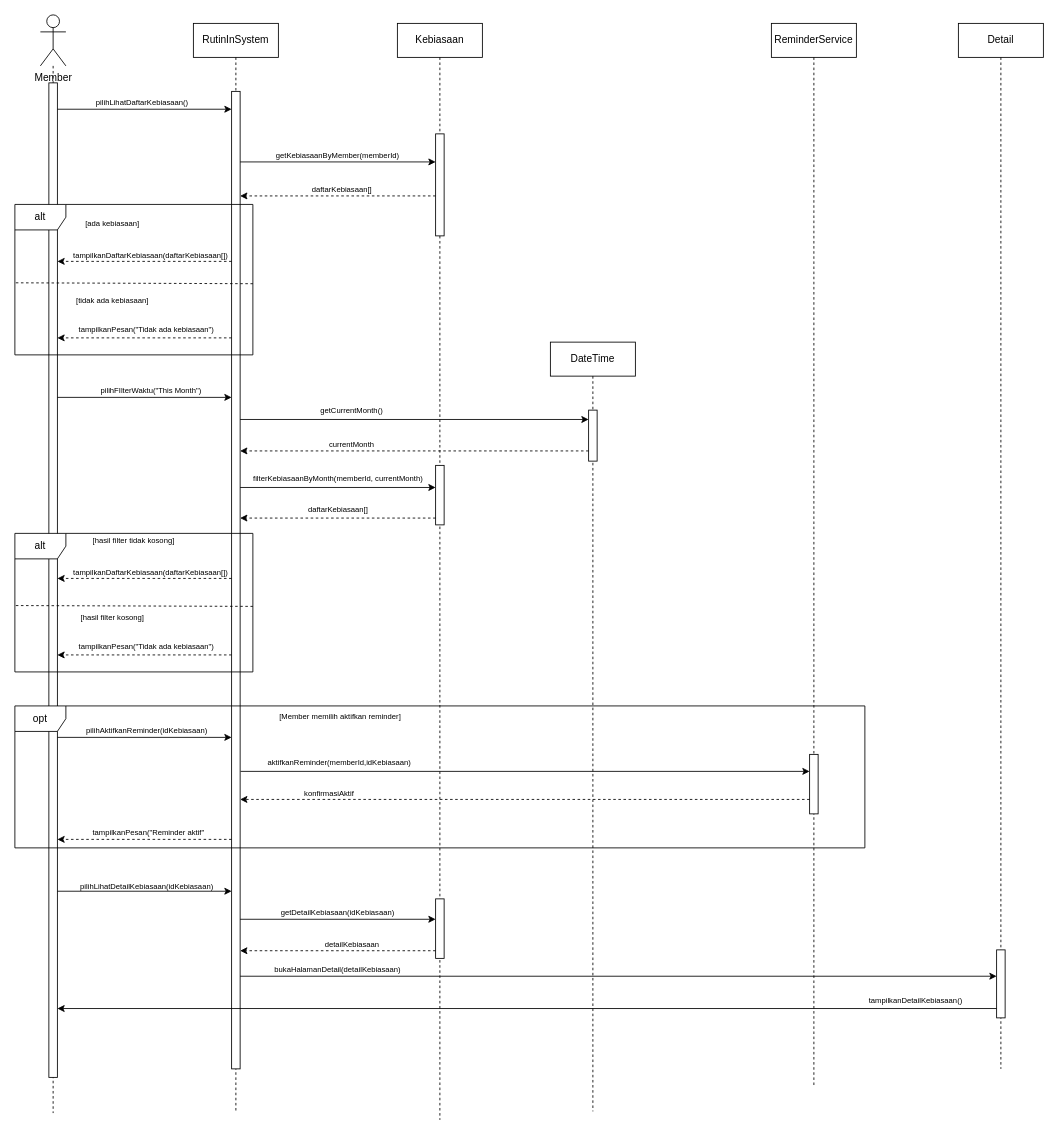
This is Diagram Tanpa Judul.drawio from anthef/anthef, a draw.io file, before an edit. Source tidied: cells renumbered, new cells numbered last; positions are measured from the earlier drawing's top-left corner, leaving out a move shared by most shapes. Both pictures are drawn from the tidied source at 85%, with x=0, y=0 at pixel (14, 14).
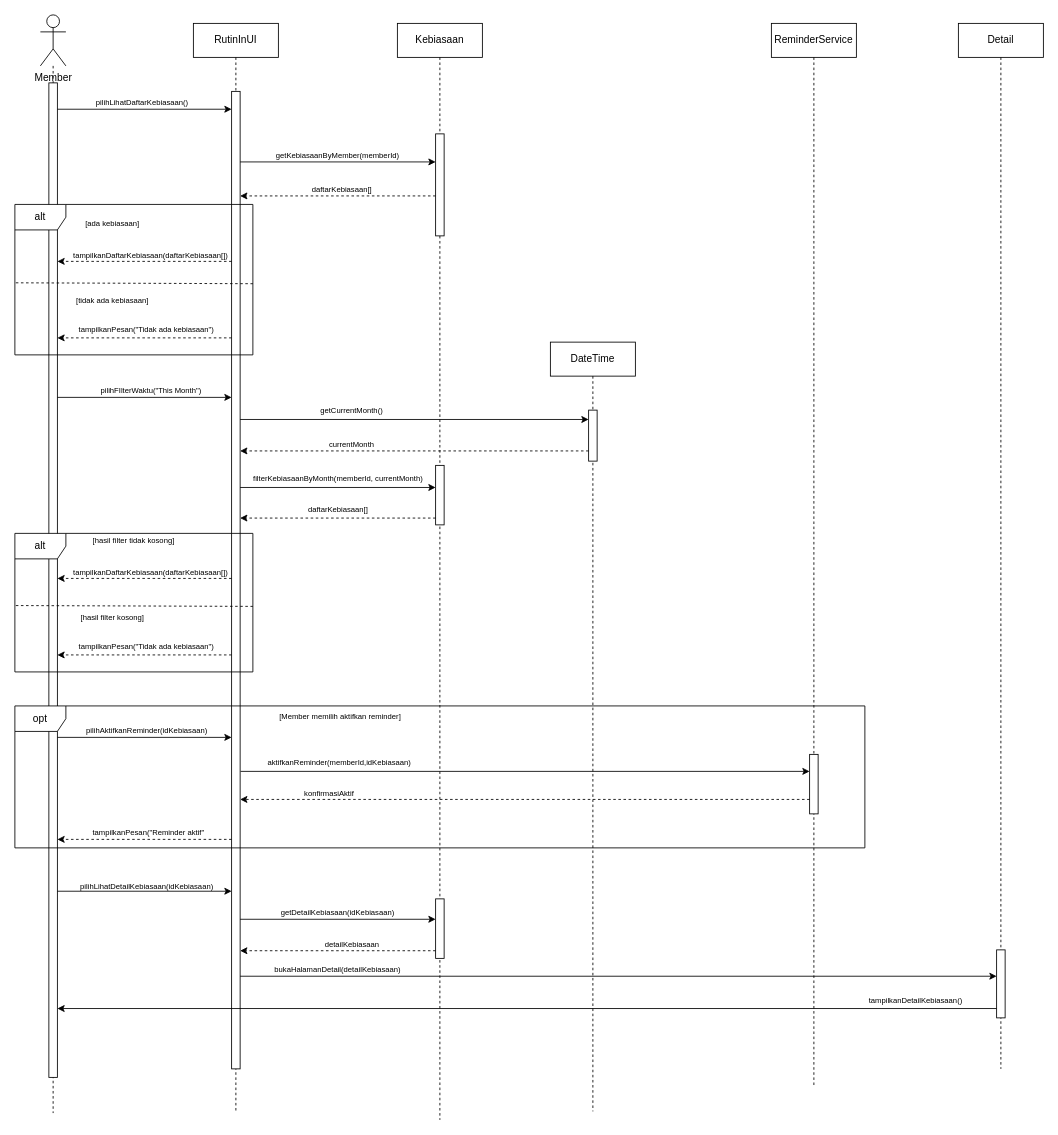
After the change.

Change to the diagram source:
```diff
@@
-    <mxCell id="3" value="RutinInSystem" style="shape=umlLifeline;perimeter=lifelinePerimeter;whiteSpace=wrap;html=1;newEdgeStyle={&quot;edgeStyle&quot;:&quot;elbowEdgeStyle&quot;,&quot;elbow&quot;:&quot;vertical&quot;,&quot;curved&quot;:0,&quot;rounded&quot;:0};" parent="1" vertex="1">
+    <mxCell id="3" value="RutinInUI" style="shape=umlLifeline;perimeter=lifelinePerimeter;whiteSpace=wrap;html=1;newEdgeStyle={&quot;edgeStyle&quot;:&quot;elbowEdgeStyle&quot;,&quot;elbow&quot;:&quot;vertical&quot;,&quot;curved&quot;:0,&quot;rounded&quot;:0};" parent="1" vertex="1">
       <mxGeometry x="210" y="10" width="100" height="1280" as="geometry" />
     </mxCell>
```
